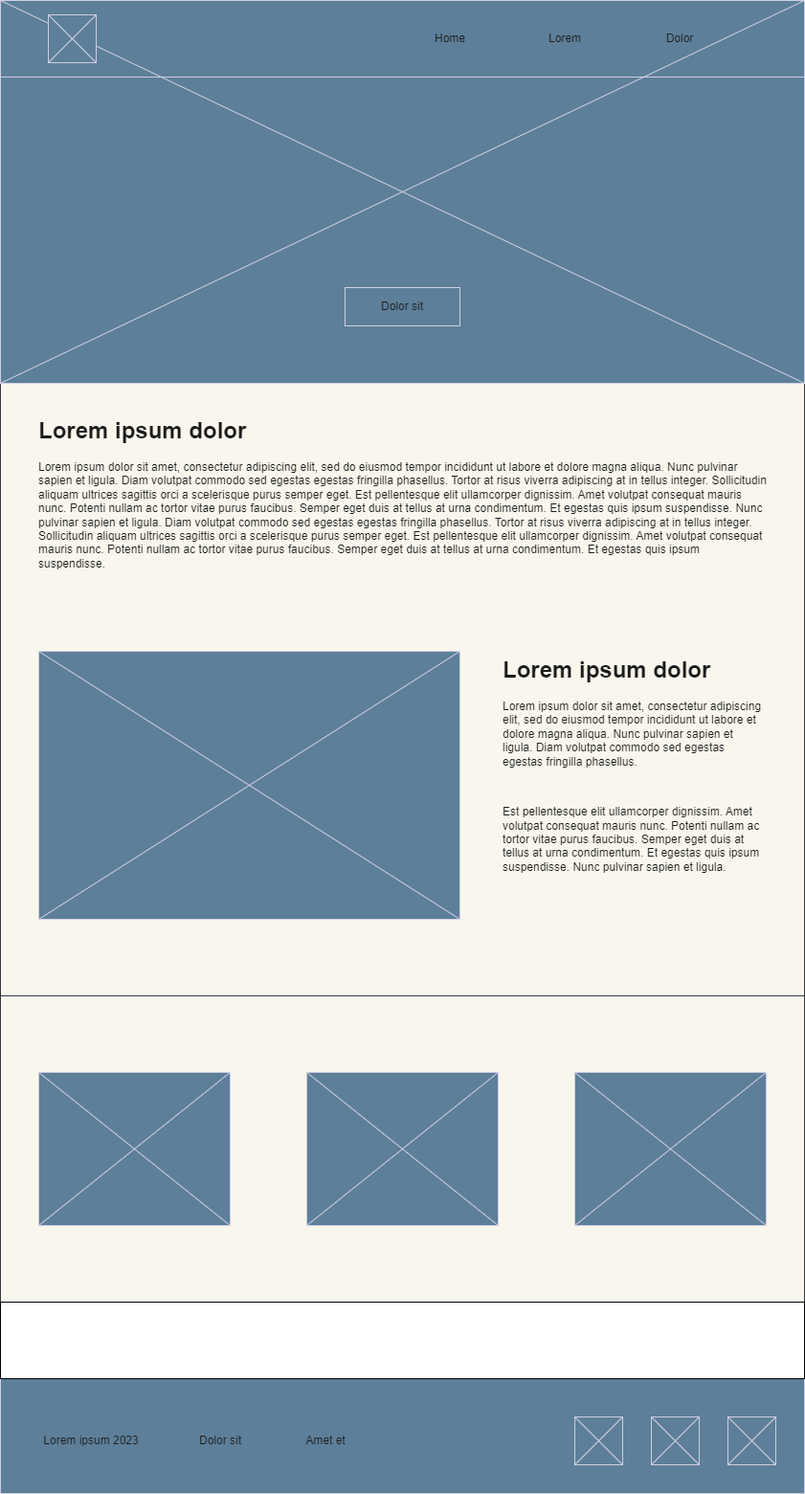
Above: twt/images/wireframe_page3.png in tshanim/wdd130 (draw.io), before the change. Source tidied: cells renumbered, new cells last; positions are measured from the earlier drawing's top-left corner, leaving out a move shared by most shapes.
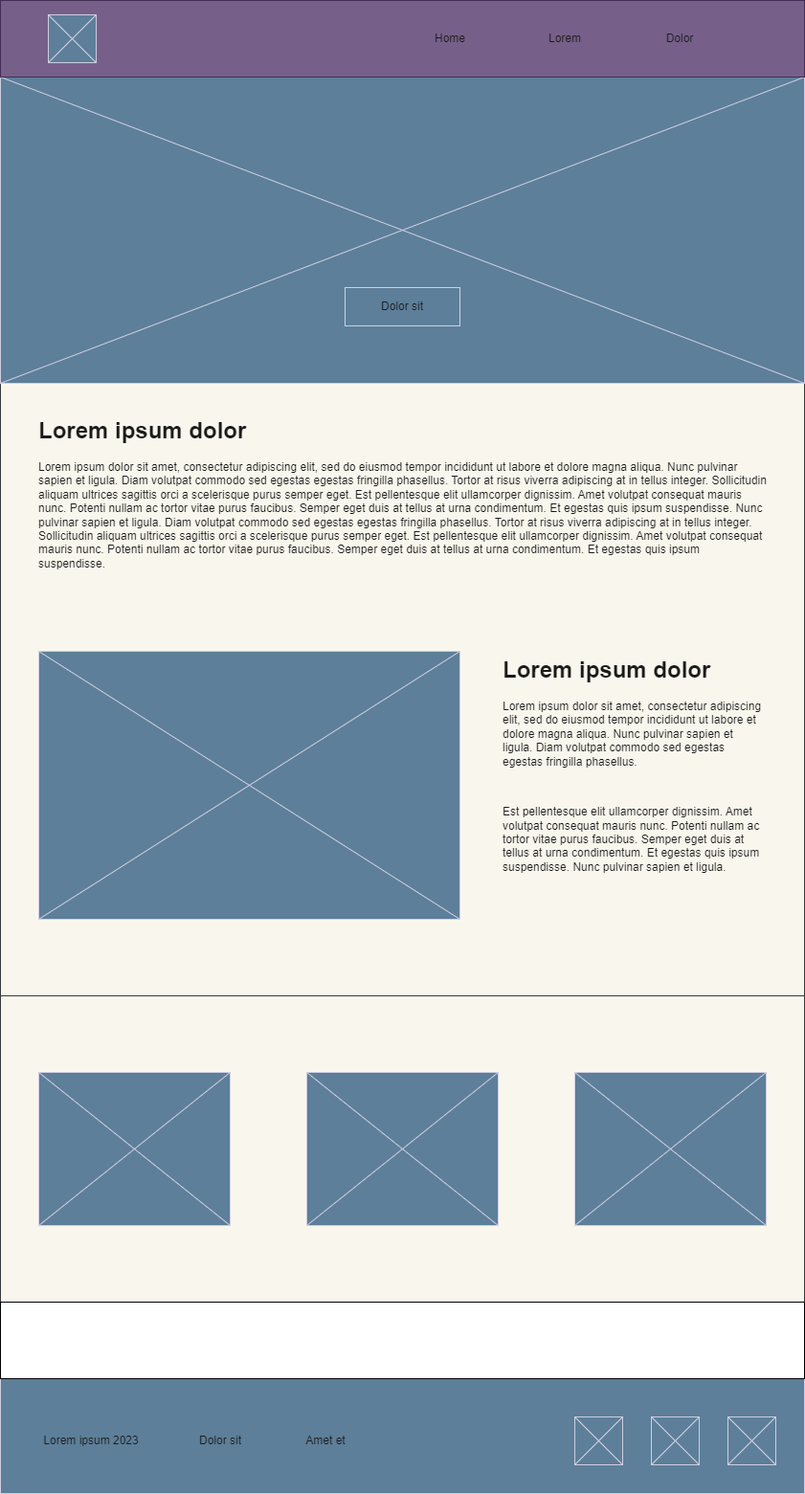
The same diagram one commit later.

Diff of the diagram source:
```diff
@@ -9,9 +9,9 @@
       <mxGeometry y="1040" width="840" height="320" as="geometry" />
     </mxCell>
     <mxCell id="4" style="verticalLabelPosition=bottom;shadow=0;dashed=0;align=center;html=1;verticalAlign=top;strokeWidth=1;shape=mxgraph.mockup.graphics.simpleIcon;strokeColor=#D0CEE2;labelBackgroundColor=none;fillColor=#5D7F99;fontColor=#1A1A1A;" parent="1" vertex="1">
-      <mxGeometry width="840" height="400" as="geometry" />
+      <mxGeometry y="80" width="840" height="320" as="geometry" />
     </mxCell>
-    <mxCell id="5" style="rounded=0;whiteSpace=wrap;html=1;fillColor=none;labelBackgroundColor=none;strokeColor=#D0CEE2;fontColor=#1A1A1A;" parent="1" vertex="1">
+    <mxCell id="5" style="rounded=0;whiteSpace=wrap;html=1;fillColor=#76608a;labelBackgroundColor=none;strokeColor=#432D57;fontColor=#ffffff;" parent="1" vertex="1">
       <mxGeometry width="840" height="80" as="geometry" />
     </mxCell>
     <mxCell id="6" style="verticalLabelPosition=bottom;shadow=0;dashed=0;align=center;html=1;verticalAlign=top;strokeWidth=1;shape=mxgraph.mockup.graphics.simpleIcon;strokeColor=#D0CEE2;labelBackgroundColor=none;fillColor=#5D7F99;fontColor=#1A1A1A;" parent="1" vertex="1">
```
